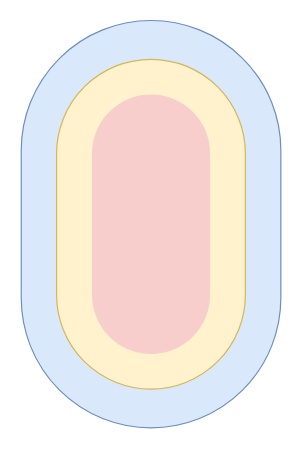
Above: res/carbg.drawio in akasaki-is-a-rubbish/DrivingUI (draw.io), before the change. Source tidied: cells renumbered, new cells numbered last; positions are measured from the earlier drawing's top-left corner, leaving out a move shared by most shapes. Both pictures are drawn from the tidied source at 118%, with x=0, y=0 at pixel (-53, 93).
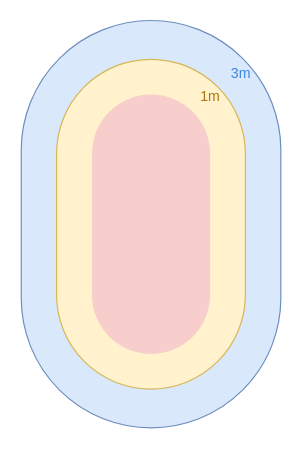
The same page after the edit.

The edit, as a diff of the source:
```diff
@@
 <mxGraphModel>
   <root>
     <mxCell id="0" />
     <mxCell id="1" parent="0" />
     <mxCell id="2" style="rounded=1;whiteSpace=wrap;html=1;fillColor=#dae8fc;arcSize=50;rotation=90;strokeWidth=1;strokeColor=#6c8ebf;" parent="1" vertex="1">
       <mxGeometry x="-0.1" y="0.5" width="345.2" height="220" as="geometry" />
     </mxCell>
     <mxCell id="3" style="rounded=1;whiteSpace=wrap;html=1;fillColor=#fff2cc;arcSize=50;rotation=90;strokeWidth=1;strokeColor=#d6b656;" parent="1" vertex="1">
       <mxGeometry x="32.7" y="30.5" width="279.5" height="160" as="geometry" />
     </mxCell>
     <mxCell id="4" style="rounded=1;whiteSpace=wrap;html=1;dashed=1;arcSize=50;rotation=90;fillColor=#f8cecc;strokeColor=none;" parent="1" vertex="1">
       <mxGeometry x="62.5" y="60.5" width="220" height="100" as="geometry" />
     </mxCell>
+    <mxCell id="5" value="3m" style="text;html=1;align=center;verticalAlign=middle;whiteSpace=wrap;rounded=0;fontColor=#3D85E3;" parent="1" vertex="1">
+      <mxGeometry x="229" y="-27" width="40" height="20" as="geometry" />
+    </mxCell>
+    <mxCell id="6" value="1m" style="text;html=1;align=center;verticalAlign=middle;whiteSpace=wrap;rounded=0;fontColor=#AB760E;" parent="1" vertex="1">
+      <mxGeometry x="203" y="-7" width="40" height="20" as="geometry" />
+    </mxCell>
   </root>
 </mxGraphModel>
```
